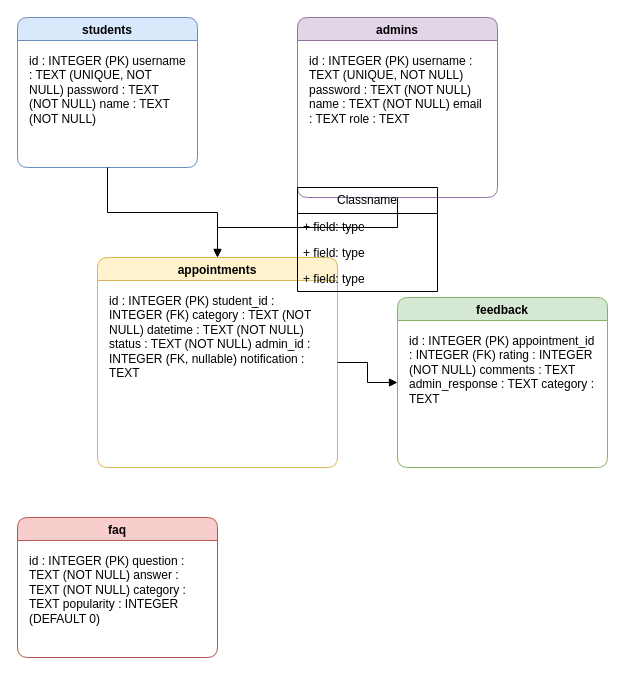
Above: CampusAssist_ERD.drawio.xml in adaeltonG/CampusAssist-web (draw.io), before the change. Source tidied: cells renumbered, new cells numbered last; positions are measured from the earlier drawing's top-left corner, leaving out a move shared by most shapes. Both pictures are drawn from the tidied source at 100%, with x=0, y=0 at pixel (17, 17).
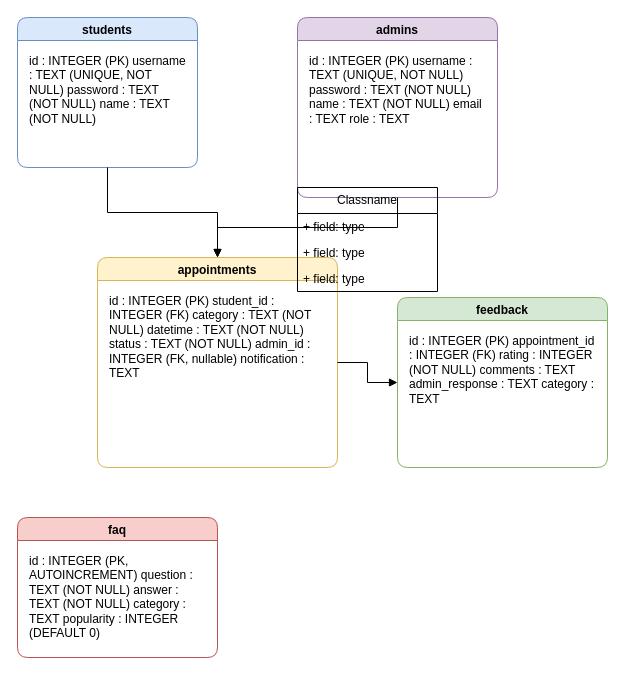
The same diagram, later.

What changed in the source:
```diff
@@
 <mxGraphModel>
   <root>
     <mxCell id="0" />
     <mxCell id="1" parent="0" />
     <mxCell id="2" value="students" style="swimlane;fillColor=#dae8fc;strokeColor=#6c8ebf;rounded=1;" parent="1" vertex="1">
       <mxGeometry width="180" height="150" as="geometry" />
     </mxCell>
     <mxCell id="3" value="id : INTEGER (PK) username : TEXT (UNIQUE, NOT NULL) password : TEXT (NOT NULL) name : TEXT (NOT NULL)" style="text;html=1;strokeColor=none;fillColor=none;align=left;verticalAlign=top;whiteSpace=wrap;" parent="2" vertex="1">
       <mxGeometry x="10" y="30" width="160" height="110" as="geometry" />
     </mxCell>
     <mxCell id="4" value="admins" style="swimlane;fillColor=#e1d5e7;strokeColor=#9673a6;rounded=1;" parent="1" vertex="1">
       <mxGeometry x="280" width="200" height="180" as="geometry" />
     </mxCell>
     <mxCell id="5" value="id : INTEGER (PK) username : TEXT (UNIQUE, NOT NULL) password : TEXT (NOT NULL) name : TEXT (NOT NULL) email : TEXT role : TEXT" style="text;html=1;strokeColor=none;fillColor=none;align=left;verticalAlign=top;whiteSpace=wrap;" parent="4" vertex="1">
       <mxGeometry x="10" y="30" width="180" height="140" as="geometry" />
     </mxCell>
     <mxCell id="6" value="appointments" style="swimlane;fillColor=#fff2cc;strokeColor=#d6b656;rounded=1;" parent="1" vertex="1">
       <mxGeometry x="80" y="240" width="240" height="210" as="geometry" />
     </mxCell>
     <mxCell id="7" value="id : INTEGER (PK) student_id : INTEGER (FK) category : TEXT (NOT NULL) datetime : TEXT (NOT NULL) status : TEXT (NOT NULL) admin_id : INTEGER (FK, nullable) notification : TEXT" style="text;html=1;strokeColor=none;fillColor=none;align=left;verticalAlign=top;whiteSpace=wrap;" parent="6" vertex="1">
       <mxGeometry x="10" y="30" width="220" height="170" as="geometry" />
     </mxCell>
     <mxCell id="8" value="feedback" style="swimlane;fillColor=#d5e8d4;strokeColor=#82b366;rounded=1;" parent="1" vertex="1">
       <mxGeometry x="380" y="280" width="210" height="170" as="geometry" />
     </mxCell>
     <mxCell id="9" value="id : INTEGER (PK) appointment_id : INTEGER (FK) rating : INTEGER (NOT NULL) comments : TEXT admin_response : TEXT category : TEXT" style="text;html=1;strokeColor=none;fillColor=none;align=left;verticalAlign=top;whiteSpace=wrap;" parent="8" vertex="1">
       <mxGeometry x="10" y="30" width="190" height="130" as="geometry" />
     </mxCell>
     <mxCell id="10" value="faq" style="swimlane;fillColor=#f8cecc;strokeColor=#b85450;rounded=1;" parent="1" vertex="1">
       <mxGeometry y="500" width="200" height="140" as="geometry" />
     </mxCell>
-    <mxCell id="11" value="id : INTEGER (PK) question : TEXT (NOT NULL) answer : TEXT (NOT NULL) category : TEXT popularity : INTEGER (DEFAULT 0)" style="text;html=1;strokeColor=none;fillColor=none;align=left;verticalAlign=top;whiteSpace=wrap;" parent="10" vertex="1">
+    <mxCell id="11" value="id : INTEGER (PK, AUTOINCREMENT) question : TEXT (NOT NULL) answer : TEXT (NOT NULL) category : TEXT popularity : INTEGER (DEFAULT 0)" style="text;html=1;strokeColor=none;fillColor=none;align=left;verticalAlign=top;whiteSpace=wrap;" parent="10" vertex="1">
       <mxGeometry x="10" y="30" width="180" height="100" as="geometry" />
     </mxCell>
     <mxCell id="12" style="edgeStyle=orthogonalEdgeStyle;rounded=0;jettySize=auto;html=1;endArrow=block;endFill=1;strokeColor=#000000;" parent="1" edge="1" source="2" target="6">
       <mxGeometry relative="1" as="geometry" />
     </mxCell>
     <mxCell id="13" style="edgeStyle=orthogonalEdgeStyle;rounded=0;jettySize=auto;html=1;endArrow=block;endFill=1;strokeColor=#000000;" parent="1" edge="1" source="4" target="6">
       <mxGeometry relative="1" as="geometry" />
     </mxCell>
     <mxCell id="14" style="edgeStyle=orthogonalEdgeStyle;rounded=0;jettySize=auto;html=1;endArrow=block;endFill=1;strokeColor=#000000;" parent="1" edge="1" source="6" target="8">
       <mxGeometry relative="1" as="geometry" />
     </mxCell>
     <mxCell id="15" value="Classname" style="swimlane;fontStyle=0;horizontal=1;startSize=26;fillColor=none;whiteSpace=wrap;html=1;" parent="1" vertex="1">
       <mxGeometry x="280" y="170" width="140" height="104" as="geometry" />
     </mxCell>
     <mxCell id="16" value="+ field: type" style="text;strokeColor=none;fillColor=none;align=left;verticalAlign=top;spacingLeft=4;spacingRight=4;overflow=hidden;whiteSpace=wrap;html=1;" parent="15" vertex="1">
       <mxGeometry y="26" width="140" height="26" as="geometry" />
     </mxCell>
     <mxCell id="17" value="+ field: type" style="text;strokeColor=none;fillColor=none;align=left;verticalAlign=top;spacingLeft=4;spacingRight=4;overflow=hidden;whiteSpace=wrap;html=1;" parent="15" vertex="1">
       <mxGeometry y="52" width="140" height="26" as="geometry" />
     </mxCell>
     <mxCell id="18" value="+ field: type" style="text;strokeColor=none;fillColor=none;align=left;verticalAlign=top;spacingLeft=4;spacingRight=4;overflow=hidden;whiteSpace=wrap;html=1;" parent="15" vertex="1">
       <mxGeometry y="78" width="140" height="26" as="geometry" />
     </mxCell>
   </root>
 </mxGraphModel>
```
